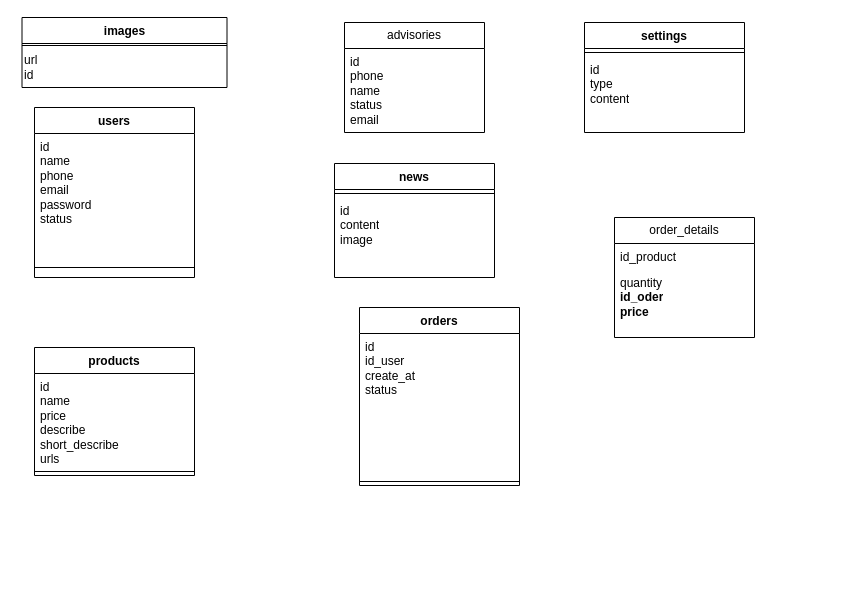
The draw.io diagram lop du kien.drawio in leehoang21/uml, before the edit. Source tidied: cells renumbered, new cells numbered last; positions are measured from the earlier drawing's top-left corner, leaving out a move shared by most shapes. Both pictures are drawn from the tidied source at 100%, with x=0, y=0 at pixel (22, 17).
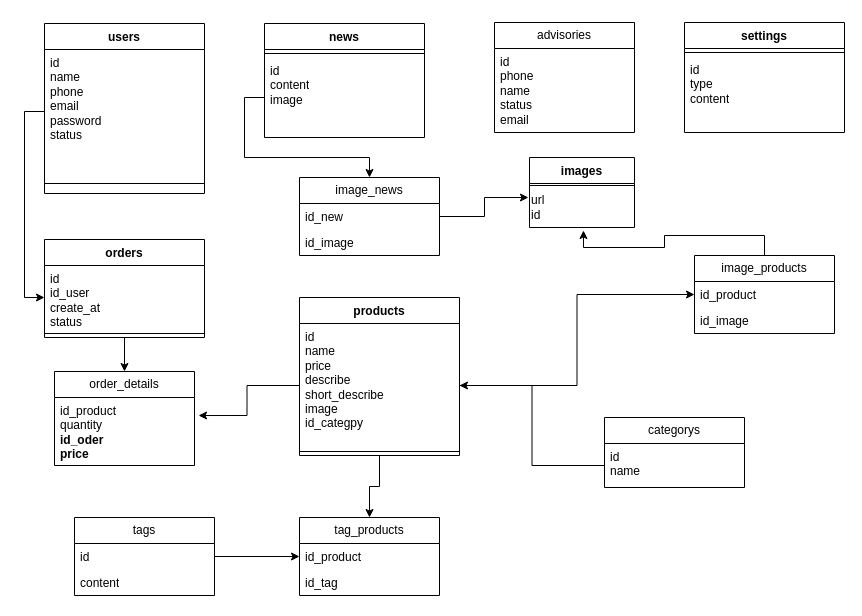
The same page after the edit.

Unchanged cells that the change refers to:
```xml
<mxCell id="9" value="id&lt;br&gt;name&lt;br&gt;phone&lt;br&gt;email&lt;br&gt;password&lt;br&gt;status" style="text;strokeColor=none;fillColor=none;align=left;verticalAlign=top;spacingLeft=4;spacingRight=4;overflow=hidden;points=[[0,0.5],[1,0.5]];portConstraint=eastwest;whiteSpace=wrap;html=1;" parent="8" vertex="1">
  <mxGeometry y="26" width="160" height="124" as="geometry" />
</mxCell>
<mxCell id="13" value="id&lt;br&gt;content&lt;br&gt;image" style="text;strokeColor=none;fillColor=none;align=left;verticalAlign=top;spacingLeft=4;spacingRight=4;overflow=hidden;points=[[0,0.5],[1,0.5]];portConstraint=eastwest;whiteSpace=wrap;html=1;" parent="11" vertex="1">
  <mxGeometry y="34" width="160" height="80" as="geometry" />
</mxCell>
```

The edit, as a diff of the source:
```diff
@@
     <mxCell id="2" value="images" style="swimlane;fontStyle=1;align=center;verticalAlign=top;horizontal=1;startSize=26;whiteSpace=wrap;html=1;" parent="1" vertex="1">
-      <mxGeometry x="-0.5" width="205" height="70" as="geometry" />
+      <mxGeometry x="507" y="140" width="105" height="70" as="geometry" />
     </mxCell>
     <mxCell id="3" style="line;strokeWidth=1;fillColor=none;align=left;verticalAlign=middle;spacingTop=-1;spacingLeft=3;spacingRight=3;labelPosition=right;strokeColor=inherit;" parent="2" vertex="1">
-      <mxGeometry y="26" width="205" height="4" as="geometry" />
+      <mxGeometry y="26" width="105" height="4" as="geometry" />
     </mxCell>
     <mxCell id="4" value="url&lt;br&gt;id" style="text;html=1;align=left;verticalAlign=middle;points=[];strokeColor=none;fillColor=none;" parent="2" vertex="1">
-      <mxGeometry y="30" width="205" height="40" as="geometry" />
+      <mxGeometry y="30" width="105" height="40" as="geometry" />
     </mxCell>
     <mxCell id="5" value="settings" style="swimlane;fontStyle=1;align=center;verticalAlign=top;horizontal=1;startSize=26;whiteSpace=wrap;html=1;" parent="1" vertex="1">
-      <mxGeometry x="562" y="5" width="160" height="110" as="geometry" />
+      <mxGeometry x="662" y="5" width="160" height="110" as="geometry" />
     </mxCell>
@@
     <mxCell id="8" value="users" style="swimlane;fontStyle=1;align=center;verticalAlign=top;horizontal=1;startSize=26;whiteSpace=wrap;html=1;" parent="1" vertex="1">
-      <mxGeometry x="12" y="90" width="160" height="170" as="geometry" />
+      <mxGeometry x="22" y="6" width="160" height="170" as="geometry" />
     </mxCell>
@@
     <mxCell id="11" value="news" style="swimlane;fontStyle=1;align=center;verticalAlign=top;horizontal=1;startSize=26;whiteSpace=wrap;html=1;" parent="1" vertex="1">
-      <mxGeometry x="312" y="146" width="160" height="114" as="geometry" />
+      <mxGeometry x="242" y="6" width="160" height="114" as="geometry" />
     </mxCell>
@@
+    <mxCell id="25" style="edgeStyle=orthogonalEdgeStyle;rounded=0;jettySize=auto;html=1;exitX=0.5;exitY=1;exitDx=0;exitDy=0;" parent="1" edge="1" source="14" target="20">
+      <mxGeometry relative="1" as="geometry" />
+    </mxCell>
     <mxCell id="14" value="orders" style="swimlane;fontStyle=1;align=center;verticalAlign=top;horizontal=1;startSize=26;whiteSpace=wrap;html=1;" parent="1" vertex="1">
-      <mxGeometry x="337" y="290" width="160" height="178" as="geometry" />
+      <mxGeometry x="22" y="222" width="160" height="98" as="geometry" />
     </mxCell>
     <mxCell id="15" value="id&lt;br&gt;id_user&lt;br&gt;create_at&lt;br&gt;status" style="text;strokeColor=none;fillColor=none;align=left;verticalAlign=top;spacingLeft=4;spacingRight=4;overflow=hidden;points=[[0,0.5],[1,0.5]];portConstraint=eastwest;whiteSpace=wrap;html=1;" parent="14" vertex="1">
-      <mxGeometry y="26" width="160" height="144" as="geometry" />
+      <mxGeometry y="26" width="160" height="64" as="geometry" />
     </mxCell>
     <mxCell id="16" style="line;strokeWidth=1;fillColor=none;align=left;verticalAlign=middle;spacingTop=-1;spacingLeft=3;spacingRight=3;labelPosition=right;strokeColor=inherit;" parent="14" vertex="1">
-      <mxGeometry y="170" width="160" height="8" as="geometry" />
+      <mxGeometry y="90" width="160" height="8" as="geometry" />
     </mxCell>
+    <mxCell id="26" style="edgeStyle=orthogonalEdgeStyle;rounded=0;jettySize=auto;html=1;exitX=0.5;exitY=1;exitDx=0;exitDy=0;" parent="1" edge="1" source="17" target="45">
+      <mxGeometry relative="1" as="geometry" />
+    </mxCell>
     <mxCell id="17" value="products" style="swimlane;fontStyle=1;align=center;verticalAlign=top;horizontal=1;startSize=26;whiteSpace=wrap;html=1;" parent="1" vertex="1">
-      <mxGeometry x="12" y="330" width="160" height="128" as="geometry" />
+      <mxGeometry x="277" y="280" width="160" height="158" as="geometry" />
     </mxCell>
-    <mxCell id="18" value="id&lt;br&gt;name&lt;br&gt;price&lt;br&gt;describe&lt;br&gt;short_describe&lt;br&gt;urls" style="text;strokeColor=none;fillColor=none;align=left;verticalAlign=top;spacingLeft=4;spacingRight=4;overflow=hidden;points=[[0,0.5],[1,0.5]];portConstraint=eastwest;whiteSpace=wrap;html=1;" parent="17" vertex="1">
-      <mxGeometry y="26" width="160" height="94" as="geometry" />
+    <mxCell id="18" value="id&lt;br&gt;name&lt;br&gt;price&lt;br&gt;describe&lt;br&gt;short_describe&lt;br&gt;image&lt;br&gt;id_categpy" style="text;strokeColor=none;fillColor=none;align=left;verticalAlign=top;spacingLeft=4;spacingRight=4;overflow=hidden;points=[[0,0.5],[1,0.5]];portConstraint=eastwest;whiteSpace=wrap;html=1;" parent="17" vertex="1">
+      <mxGeometry y="26" width="160" height="124" as="geometry" />
     </mxCell>
     <mxCell id="19" style="line;strokeWidth=1;fillColor=none;align=left;verticalAlign=middle;spacingTop=-1;spacingLeft=3;spacingRight=3;labelPosition=right;strokeColor=inherit;" parent="17" vertex="1">
-      <mxGeometry y="120" width="160" height="8" as="geometry" />
+      <mxGeometry y="150" width="160" height="8" as="geometry" />
     </mxCell>
     <mxCell id="20" value="order_details" style="swimlane;fontStyle=0;horizontal=1;startSize=26;fillColor=none;whiteSpace=wrap;html=1;" parent="1" vertex="1">
-      <mxGeometry x="592" y="200" width="140" height="120" as="geometry" />
+      <mxGeometry x="32" y="354" width="140" height="94" as="geometry" />
     </mxCell>
-    <mxCell id="21" value="id_product" style="text;strokeColor=none;fillColor=none;align=left;verticalAlign=top;spacingLeft=4;spacingRight=4;overflow=hidden;whiteSpace=wrap;html=1;" parent="20" vertex="1">
-      <mxGeometry y="26" width="140" height="26" as="geometry" />
-    </mxCell>
-    <mxCell id="22" value="quantity&lt;br&gt;&lt;b&gt;id_oder&lt;br&gt;price&lt;br&gt;&lt;/b&gt;" style="text;strokeColor=none;fillColor=none;align=left;verticalAlign=top;spacingLeft=4;spacingRight=4;overflow=hidden;points=[[0,0.5],[1,0.5]];portConstraint=eastwest;whiteSpace=wrap;html=1;" parent="20" vertex="1">
-      <mxGeometry y="52" width="140" height="68" as="geometry" />
+    <mxCell id="22" value="id_product&lt;br&gt;quantity&lt;br&gt;&lt;b&gt;id_oder&lt;br&gt;price&lt;br&gt;&lt;/b&gt;" style="text;strokeColor=none;fillColor=none;align=left;verticalAlign=top;spacingLeft=4;spacingRight=4;overflow=hidden;points=[[0,0.5],[1,0.5]];portConstraint=eastwest;whiteSpace=wrap;html=1;" parent="20" vertex="1">
+      <mxGeometry y="26" width="140" height="68" as="geometry" />
     </mxCell>
     <mxCell id="23" value="advisories" style="swimlane;fontStyle=0;horizontal=1;startSize=26;fillColor=none;whiteSpace=wrap;html=1;" parent="1" vertex="1">
-      <mxGeometry x="322" y="5" width="140" height="110" as="geometry" />
+      <mxGeometry x="472" y="5" width="140" height="110" as="geometry" />
     </mxCell>
@@
+    <mxCell id="27" style="edgeStyle=orthogonalEdgeStyle;rounded=0;jettySize=auto;html=1;exitX=0.5;exitY=0;exitDx=0;exitDy=0;entryX=0.514;entryY=1.075;entryDx=0;entryDy=0;entryPerimeter=0;" parent="1" edge="1" source="28" target="4">
+      <mxGeometry relative="1" as="geometry" />
+    </mxCell>
+    <mxCell id="28" value="image_products" style="swimlane;fontStyle=0;horizontal=1;startSize=26;fillColor=none;whiteSpace=wrap;html=1;" parent="1" vertex="1">
+      <mxGeometry x="672" y="238" width="140" height="78" as="geometry" />
+    </mxCell>
+    <mxCell id="29" value="id_product" style="text;strokeColor=none;fillColor=none;align=left;verticalAlign=top;spacingLeft=4;spacingRight=4;overflow=hidden;points=[[0,0.5],[1,0.5]];portConstraint=eastwest;whiteSpace=wrap;html=1;" parent="28" vertex="1">
+      <mxGeometry y="26" width="140" height="26" as="geometry" />
+    </mxCell>
+    <mxCell id="30" value="id_image" style="text;strokeColor=none;fillColor=none;align=left;verticalAlign=top;spacingLeft=4;spacingRight=4;overflow=hidden;whiteSpace=wrap;html=1;" parent="28" vertex="1">
+      <mxGeometry y="52" width="140" height="26" as="geometry" />
+    </mxCell>
+    <mxCell id="31" value="image_news" style="swimlane;fontStyle=0;horizontal=1;startSize=26;fillColor=none;whiteSpace=wrap;html=1;" parent="1" vertex="1">
+      <mxGeometry x="277" y="160" width="140" height="78" as="geometry" />
+    </mxCell>
+    <mxCell id="32" value="id_new" style="text;strokeColor=none;fillColor=none;align=left;verticalAlign=top;spacingLeft=4;spacingRight=4;overflow=hidden;points=[[0,0.5],[1,0.5]];portConstraint=eastwest;whiteSpace=wrap;html=1;" parent="31" vertex="1">
+      <mxGeometry y="26" width="140" height="26" as="geometry" />
+    </mxCell>
+    <mxCell id="33" value="id_image" style="text;strokeColor=none;fillColor=none;align=left;verticalAlign=top;spacingLeft=4;spacingRight=4;overflow=hidden;whiteSpace=wrap;html=1;" parent="31" vertex="1">
+      <mxGeometry y="52" width="140" height="26" as="geometry" />
+    </mxCell>
+    <mxCell id="34" style="edgeStyle=orthogonalEdgeStyle;rounded=0;jettySize=auto;html=1;exitX=0;exitY=0.5;exitDx=0;exitDy=0;entryX=0;entryY=0.5;entryDx=0;entryDy=0;" parent="1" edge="1" source="9" target="15">
+      <mxGeometry relative="1" as="geometry" />
+    </mxCell>
+    <mxCell id="35" style="edgeStyle=orthogonalEdgeStyle;rounded=0;jettySize=auto;html=1;exitX=0;exitY=0.5;exitDx=0;exitDy=0;entryX=1.029;entryY=0.265;entryDx=0;entryDy=0;entryPerimeter=0;" parent="1" edge="1" source="18" target="22">
+      <mxGeometry relative="1" as="geometry" />
+    </mxCell>
+    <mxCell id="36" style="edgeStyle=orthogonalEdgeStyle;rounded=0;jettySize=auto;html=1;exitX=0;exitY=0.5;exitDx=0;exitDy=0;" parent="1" edge="1" source="13" target="31">
+      <mxGeometry relative="1" as="geometry" />
+    </mxCell>
+    <mxCell id="37" style="edgeStyle=orthogonalEdgeStyle;rounded=0;jettySize=auto;html=1;exitX=1;exitY=0.5;exitDx=0;exitDy=0;entryX=0;entryY=0.5;entryDx=0;entryDy=0;" parent="1" edge="1" source="18" target="29">
+      <mxGeometry relative="1" as="geometry" />
+    </mxCell>
+    <mxCell id="38" style="edgeStyle=orthogonalEdgeStyle;rounded=0;jettySize=auto;html=1;exitX=1;exitY=0.5;exitDx=0;exitDy=0;entryX=-0.01;entryY=0.25;entryDx=0;entryDy=0;entryPerimeter=0;" parent="1" edge="1" source="32" target="4">
+      <mxGeometry relative="1" as="geometry" />
+    </mxCell>
+    <mxCell id="39" value="categorys" style="swimlane;fontStyle=0;horizontal=1;startSize=26;fillColor=none;whiteSpace=wrap;html=1;" parent="1" vertex="1">
+      <mxGeometry x="582" y="400" width="140" height="70" as="geometry" />
+    </mxCell>
+    <mxCell id="40" value="id&lt;br&gt;name" style="text;strokeColor=none;fillColor=none;align=left;verticalAlign=top;spacingLeft=4;spacingRight=4;overflow=hidden;points=[[0,0.5],[1,0.5]];portConstraint=eastwest;whiteSpace=wrap;html=1;" parent="39" vertex="1">
+      <mxGeometry y="26" width="140" height="44" as="geometry" />
+    </mxCell>
+    <mxCell id="41" style="edgeStyle=orthogonalEdgeStyle;rounded=0;jettySize=auto;html=1;exitX=0;exitY=0.5;exitDx=0;exitDy=0;entryX=1;entryY=0.5;entryDx=0;entryDy=0;" parent="1" edge="1" source="40" target="18">
+      <mxGeometry relative="1" as="geometry" />
+    </mxCell>
+    <mxCell id="42" value="tags" style="swimlane;fontStyle=0;horizontal=1;startSize=26;fillColor=none;whiteSpace=wrap;html=1;" parent="1" vertex="1">
+      <mxGeometry x="52" y="500" width="140" height="78" as="geometry" />
+    </mxCell>
+    <mxCell id="43" value="id" style="text;strokeColor=none;fillColor=none;align=left;verticalAlign=top;spacingLeft=4;spacingRight=4;overflow=hidden;points=[[0,0.5],[1,0.5]];portConstraint=eastwest;whiteSpace=wrap;html=1;" parent="42" vertex="1">
+      <mxGeometry y="26" width="140" height="26" as="geometry" />
+    </mxCell>
+    <mxCell id="44" value="content" style="text;strokeColor=none;fillColor=none;align=left;verticalAlign=top;spacingLeft=4;spacingRight=4;overflow=hidden;whiteSpace=wrap;html=1;" parent="42" vertex="1">
+      <mxGeometry y="52" width="140" height="26" as="geometry" />
+    </mxCell>
+    <mxCell id="45" value="tag_products" style="swimlane;fontStyle=0;horizontal=1;startSize=26;fillColor=none;whiteSpace=wrap;html=1;" parent="1" vertex="1">
+      <mxGeometry x="277" y="500" width="140" height="78" as="geometry" />
+    </mxCell>
+    <mxCell id="46" value="id_product" style="text;strokeColor=none;fillColor=none;align=left;verticalAlign=top;spacingLeft=4;spacingRight=4;overflow=hidden;points=[[0,0.5],[1,0.5]];portConstraint=eastwest;whiteSpace=wrap;html=1;" parent="45" vertex="1">
+      <mxGeometry y="26" width="140" height="26" as="geometry" />
+    </mxCell>
+    <mxCell id="47" value="id_tag" style="text;strokeColor=none;fillColor=none;align=left;verticalAlign=top;spacingLeft=4;spacingRight=4;overflow=hidden;whiteSpace=wrap;html=1;" parent="45" vertex="1">
+      <mxGeometry y="52" width="140" height="26" as="geometry" />
+    </mxCell>
+    <mxCell id="48" style="edgeStyle=orthogonalEdgeStyle;rounded=0;jettySize=auto;html=1;exitX=1;exitY=0.5;exitDx=0;exitDy=0;" parent="1" edge="1" source="43" target="46">
+      <mxGeometry relative="1" as="geometry" />
+    </mxCell>
```
